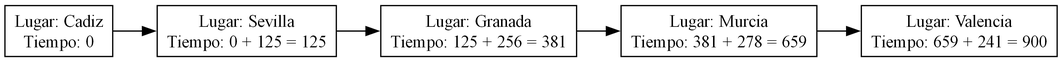
miguel-tubac/EDD_Proyecto2_202101927 keeps this Graphviz diagram as Reportes/Viaje.png. Above is the earlier version. Its source is kept beside it as Reportes/Viaje.dot. Its diagram source:
```dot
digraph ListaEnlazada {
    rankdir=LR;
    node [shape=record];
    node0 [label="Lugar: Cadiz\nTiempo: 0"];
    node1 [label="Lugar: Sevilla\nTiempo: 0 + 125 = 125"];
    node2 [label="Lugar: Granada\nTiempo: 125 + 256 = 381"];
    node3 [label="Lugar: Murcia\nTiempo: 381 + 278 = 659"];
    node4 [label="Lugar: Valencia\nTiempo: 659 + 241 = 900"];
    node0 -> node1;
    node1 -> node2;
    node2 -> node3;
    node3 -> node4;
}
```
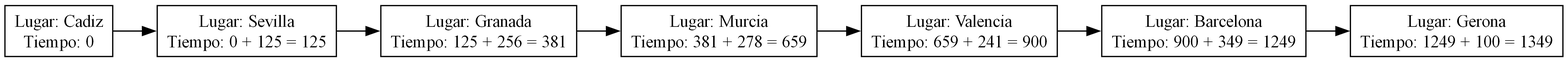
The same diagram one commit later.

The edit, as a diff of the source:
```diff
@@ -6,8 +6,12 @@
     node2 [label="Lugar: Granada\nTiempo: 125 + 256 = 381"];
     node3 [label="Lugar: Murcia\nTiempo: 381 + 278 = 659"];
     node4 [label="Lugar: Valencia\nTiempo: 659 + 241 = 900"];
+    node5 [label="Lugar: Barcelona\nTiempo: 900 + 349 = 1249"];
+    node6 [label="Lugar: Gerona\nTiempo: 1249 + 100 = 1349"];
     node0 -> node1;
     node1 -> node2;
     node2 -> node3;
     node3 -> node4;
+    node4 -> node5;
+    node5 -> node6;
 }
```
